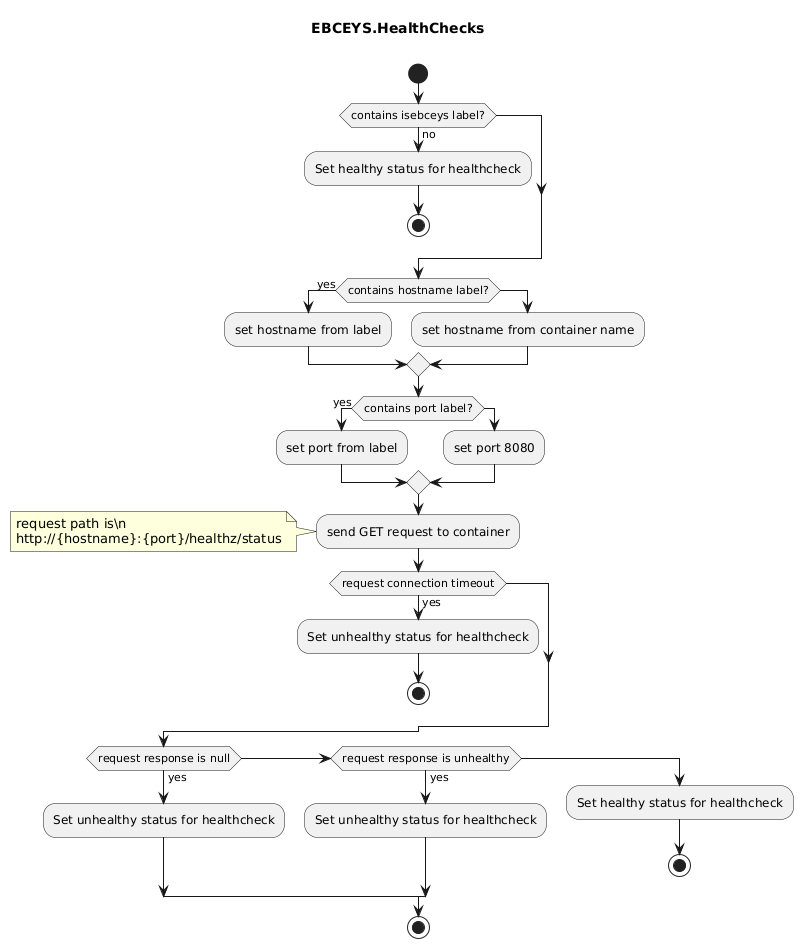
This is docs/ebceyshealthchecksactivity.png from EBCEYS/EBCEYS.HealthChecksService, a PlantUML export, as it was before one commit. The source it was exported from:
```plantuml
@startuml
title EBCEYS.HealthChecks \n

start

if (contains isebceys label?) then (no)
  :Set healthy status for healthcheck;
  stop
endif

if (contains hostname label?) then (yes)
    :set hostname from label;
  else
    :set hostname from container name;
endif

if (contains port label?) then (yes)
    :set port from label;
  else
    :set port 8080;
endif

:send GET request to container;
note left
request path is\n
http://{hostname}:{port}/healthz/status
endnote

if (request connection timeout) then (yes)
  :Set unhealthy status for healthcheck;
  stop
endif

if (request response is null) then (yes)
    :Set unhealthy status for healthcheck;
  elseif (request response is unhealthy) then (yes)
    :Set unhealthy status for healthcheck;
  else
    :Set healthy status for healthcheck;
    stop
endif

stop
@enduml
```
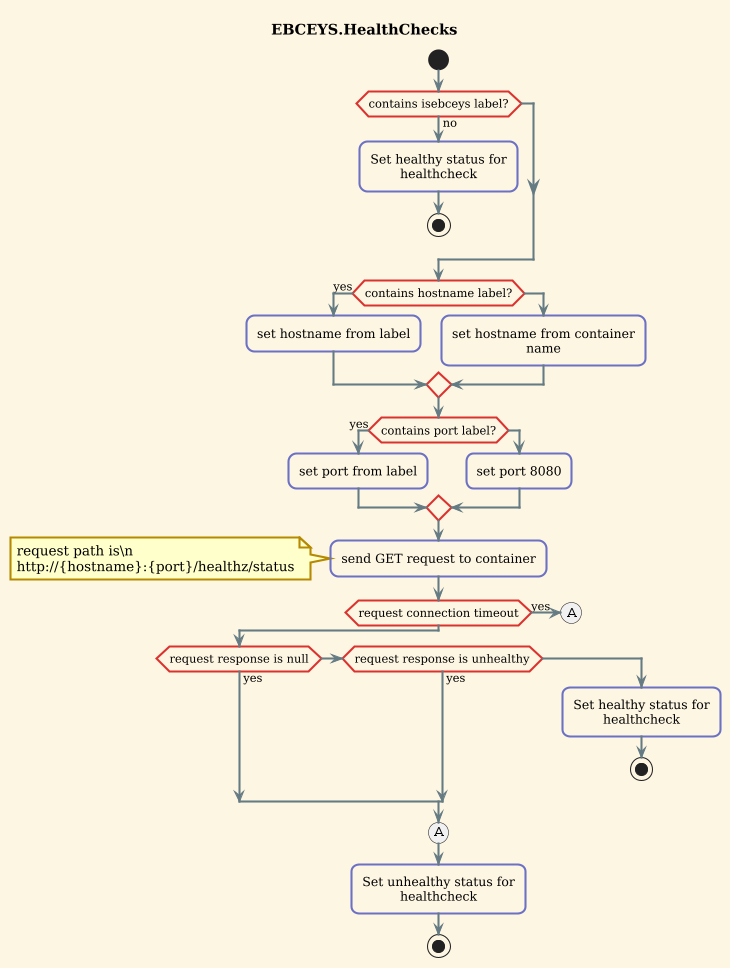
The same diagram one commit later.

Change to the diagram source:
```diff
@@ -1,5 +1,7 @@
 @startuml
-title EBCEYS.HealthChecks \n
+!theme sunlust
+
+title EBCEYS.HealthChecks
 
 start
 
@@ -27,18 +29,18 @@
 endnote
 
 if (request connection timeout) then (yes)
-  :Set unhealthy status for healthcheck;
-  stop
+  (A)
+  kill
 endif
 
 if (request response is null) then (yes)
-    :Set unhealthy status for healthcheck;
   elseif (request response is unhealthy) then (yes)
-    :Set unhealthy status for healthcheck;
   else
     :Set healthy status for healthcheck;
     stop
 endif
+(A)
+:Set unhealthy status for healthcheck;
 
 stop
 @enduml
```
